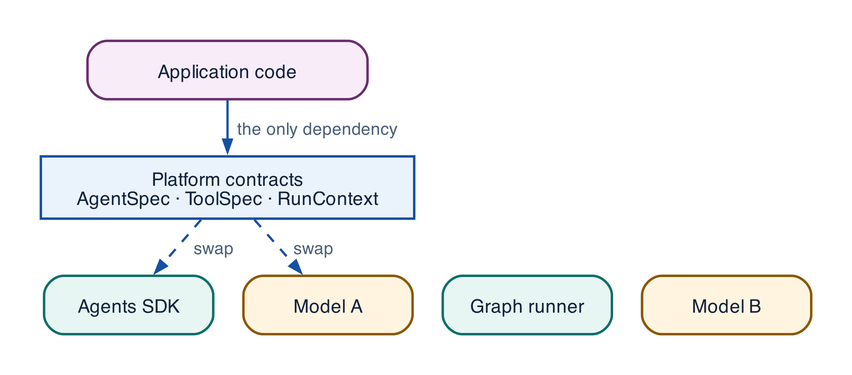
The Graphviz diagram assets/diagrams/portability.png in rrahimi-uci/building-enterprise-general-intelligence, before a commit. Its source is kept beside it as assets/diagrams/src/portability.gv. The source it was exported from:
```dot
digraph portability {
  rankdir = TB
  graph [ranksep=0.34, nodesep=0.26]
  node [width=1.45, fontsize=11.5]

  app [label="Application code", fillcolor="#F7ECF8", color="#6A2E6E", width=2.4]
  contracts [label="Platform contracts\nAgentSpec · ToolSpec · RunContext",
             fillcolor="#EAF3FB", color="#1450A3", style=filled, width=3.2]

  subgraph cluster_frameworks {
    label="  Framework adapters  "; labeljust="l"; fontsize=11.5; fontcolor="#0D6E69"
    color="#0D6E69"; style="rounded,dashed"; margin=12; bgcolor="#F4FBFA"
    f1 [label="Agents SDK", fillcolor="#E7F5F3", color="#0D6E69"]
    f2 [label="Graph runner", fillcolor="#E7F5F3", color="#0D6E69"]
  }
  subgraph cluster_providers {
    label="  Provider adapters  "; labeljust="l"; fontsize=11.5; fontcolor="#8A5600"
    color="#8A5600"; style="rounded,dashed"; margin=12; bgcolor="#FFFCF5"
    p1 [label="Model A", fillcolor="#FFF4DF", color="#8A5600"]
    p2 [label="Model B", fillcolor="#FFF4DF", color="#8A5600"]
  }

  app -> contracts [label="  the only dependency  "]
  contracts -> f1 [label="  swap  ", style=dashed]
  contracts -> p1 [label="  swap  ", style=dashed]
  { rank=same; f1; f2 }
  { rank=same; p1; p2 }
}
```
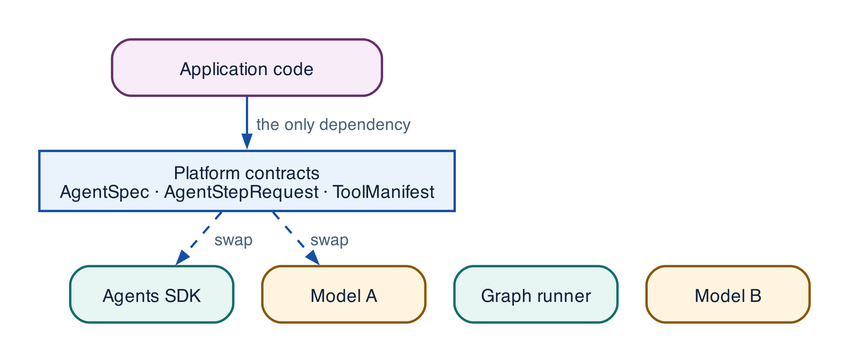
After the commit.

The edit, as a diff of the source:
```diff
@@ -4,7 +4,7 @@
   node [width=1.45, fontsize=11.5]
 
   app [label="Application code", fillcolor="#F7ECF8", color="#6A2E6E", width=2.4]
-  contracts [label="Platform contracts\nAgentSpec · ToolSpec · RunContext",
+  contracts [label="Platform contracts\nAgentSpec · AgentStepRequest · ToolManifest",
              fillcolor="#EAF3FB", color="#1450A3", style=filled, width=3.2]
 
   subgraph cluster_frameworks {
```
